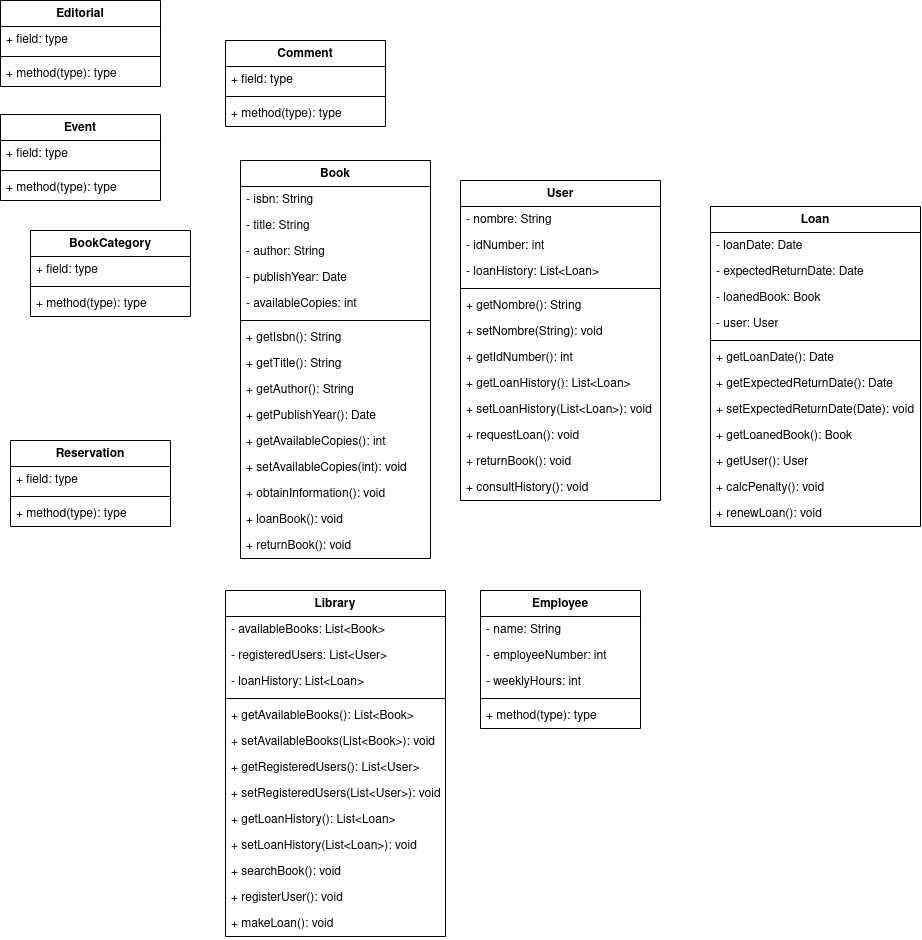
This is proyecto/classdiagram/classdiagramlibrary.png from mackstm/ets, a draw.io export, as it was before one commit. Source tidied: cells renumbered, new cells last; positions are measured from the earlier drawing's top-left corner, leaving out a move shared by most shapes.
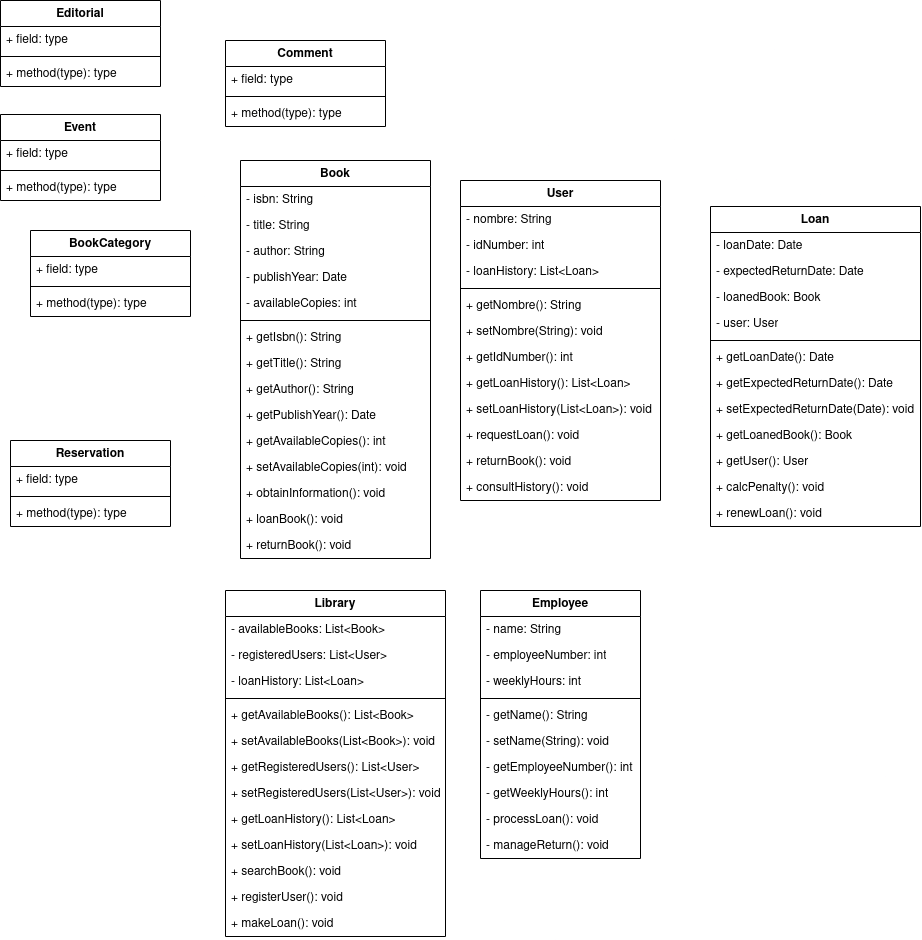
After the commit.

What changed in the source:
```diff
@@ -156,7 +156,7 @@
       <mxGeometry y="60" width="160" height="26" as="geometry" />
     </mxCell>
     <mxCell id="53" value="Employee" style="swimlane;fontStyle=1;align=center;verticalAlign=top;horizontal=1;startSize=26;whiteSpace=wrap;html=1;" parent="1" vertex="1">
-      <mxGeometry x="480" y="590" width="160" height="138" as="geometry" />
+      <mxGeometry x="480" y="590" width="160" height="268" as="geometry" />
     </mxCell>
     <mxCell id="54" value="- name: String" style="text;strokeColor=none;fillColor=none;align=left;verticalAlign=top;spacingLeft=4;spacingRight=4;overflow=hidden;whiteSpace=wrap;html=1;" parent="53" vertex="1">
       <mxGeometry y="26" width="160" height="26" as="geometry" />
@@ -170,9 +170,24 @@
     <mxCell id="57" style="line;strokeWidth=1;fillColor=none;align=left;verticalAlign=middle;spacingTop=-1;spacingLeft=3;spacingRight=3;labelPosition=right;strokeColor=inherit;" parent="53" vertex="1">
       <mxGeometry y="104" width="160" height="8" as="geometry" />
     </mxCell>
-    <mxCell id="58" value="+ method(type): type" style="text;strokeColor=none;fillColor=none;align=left;verticalAlign=top;spacingLeft=4;spacingRight=4;overflow=hidden;whiteSpace=wrap;html=1;" parent="53" vertex="1">
+    <mxCell id="58" value="- getName(): String" style="text;strokeColor=none;fillColor=none;align=left;verticalAlign=top;spacingLeft=4;spacingRight=4;overflow=hidden;whiteSpace=wrap;html=1;" parent="53" vertex="1">
       <mxGeometry y="112" width="160" height="26" as="geometry" />
     </mxCell>
+    <mxCell id="84" value="- setName(String): void" style="text;strokeColor=none;fillColor=none;align=left;verticalAlign=top;spacingLeft=4;spacingRight=4;overflow=hidden;whiteSpace=wrap;html=1;" parent="53" vertex="1">
+      <mxGeometry y="138" width="160" height="26" as="geometry" />
+    </mxCell>
+    <mxCell id="85" value="- getEmployeeNumber(): int" style="text;strokeColor=none;fillColor=none;align=left;verticalAlign=top;spacingLeft=4;spacingRight=4;overflow=hidden;whiteSpace=wrap;html=1;" parent="53" vertex="1">
+      <mxGeometry y="164" width="160" height="26" as="geometry" />
+    </mxCell>
+    <mxCell id="86" value="- getWeeklyHours(): int" style="text;strokeColor=none;fillColor=none;align=left;verticalAlign=top;spacingLeft=4;spacingRight=4;overflow=hidden;whiteSpace=wrap;html=1;" parent="53" vertex="1">
+      <mxGeometry y="190" width="160" height="26" as="geometry" />
+    </mxCell>
+    <mxCell id="87" value="- processLoan(): void" style="text;strokeColor=none;fillColor=none;align=left;verticalAlign=top;spacingLeft=4;spacingRight=4;overflow=hidden;whiteSpace=wrap;html=1;" parent="53" vertex="1">
+      <mxGeometry y="216" width="160" height="26" as="geometry" />
+    </mxCell>
+    <mxCell id="88" value="- manageReturn(): void" style="text;strokeColor=none;fillColor=none;align=left;verticalAlign=top;spacingLeft=4;spacingRight=4;overflow=hidden;whiteSpace=wrap;html=1;" parent="53" vertex="1">
+      <mxGeometry y="242" width="160" height="26" as="geometry" />
+    </mxCell>
     <mxCell id="59" value="BookCategory" style="swimlane;fontStyle=1;align=center;verticalAlign=top;horizontal=1;startSize=26;whiteSpace=wrap;html=1;" parent="1" vertex="1">
       <mxGeometry x="30" y="230" width="160" height="86" as="geometry" />
     </mxCell>
```
